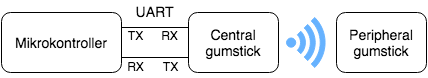
Before: figures/traadloes_komm.png, a diagram exported from draw.io (mariakroustrup/ST4). Source tidied: cells renumbered, new cells last; positions are measured from the earlier drawing's top-left corner, leaving out a move shared by most shapes. Its diagram source:
```xml
<mxGraphModel background="#ffffff">
  <root>
    <mxCell id="0" />
    <mxCell id="1" parent="0" />
    <mxCell id="2" style="edgeStyle=orthogonalEdgeStyle;rounded=0;html=1;exitX=1;exitY=0.25;entryX=0;entryY=0.25;startSize=6;jettySize=auto;strokeColor=#000000;fontColor=#CCCCCC;endArrow=none;endFill=0;" parent="1" edge="1" source="4" target="5">
      <mxGeometry relative="1" as="geometry" />
    </mxCell>
    <mxCell id="3" style="edgeStyle=orthogonalEdgeStyle;rounded=0;html=1;exitX=1;exitY=0.75;entryX=0;entryY=0.75;startSize=6;endArrow=none;endFill=0;jettySize=auto;strokeColor=#000000;fontColor=#CCCCCC;" parent="1" edge="1" source="4" target="5">
      <mxGeometry relative="1" as="geometry" />
    </mxCell>
    <mxCell id="4" value="&lt;font color=&quot;#000000&quot; style=&quot;font-size: 14px&quot;&gt;Mikrokontroller&lt;/font&gt;" style="rounded=1;whiteSpace=wrap;html=1;strokeColor=#000000;strokeWidth=1;fillColor=#ffffff;gradientColor=#FFFFFF;fontColor=#CCCCCC;" parent="1" vertex="1">
      <mxGeometry y="11" width="120" height="60" as="geometry" />
    </mxCell>
    <mxCell id="5" value="&lt;font color=&quot;#000000&quot; style=&quot;font-size: 14px&quot;&gt;Central gumstick&lt;/font&gt;" style="rounded=1;whiteSpace=wrap;html=1;strokeColor=#000000;strokeWidth=1;fillColor=#ffffff;gradientColor=#FFFFFF;fontColor=#CCCCCC;" parent="1" vertex="1">
      <mxGeometry x="187" y="11" width="90" height="60" as="geometry" />
    </mxCell>
    <mxCell id="6" style="shadow=0;dashed=0;html=1;shape=mxgraph.mscae.enterprise.wireless_connection;fontColor=#CCCCCC;plain-blue;fillColor=#66B2FF;gradientColor=#66B2FF;strokeColor=#66B2FF;" parent="1" vertex="1">
      <mxGeometry x="285" y="16" width="42" height="50" as="geometry" />
    </mxCell>
    <mxCell id="7" value="&lt;font color=&quot;#000000&quot; style=&quot;font-size: 14px&quot;&gt;UART&lt;/font&gt;" style="text;html=1;strokeColor=none;fillColor=none;align=center;verticalAlign=middle;whiteSpace=wrap;overflow=hidden;fontColor=#CCCCCC;" parent="1" vertex="1">
      <mxGeometry x="122" width="60" height="20" as="geometry" />
    </mxCell>
    <mxCell id="8" value="&lt;font color=&quot;#000000&quot; style=&quot;font-size: 12px&quot;&gt;RX&lt;/font&gt;" style="text;html=1;strokeColor=none;fillColor=none;align=center;verticalAlign=middle;whiteSpace=wrap;overflow=hidden;fontColor=#CCCCCC;" parent="1" vertex="1">
      <mxGeometry x="148" y="24" width="40" height="20" as="geometry" />
    </mxCell>
    <mxCell id="9" value="&lt;font color=&quot;#000000&quot; style=&quot;font-size: 12px&quot;&gt;RX&lt;/font&gt;" style="text;html=1;strokeColor=none;fillColor=none;align=center;verticalAlign=middle;whiteSpace=wrap;overflow=hidden;fontColor=#CCCCCC;" parent="1" vertex="1">
      <mxGeometry x="114" y="55" width="40" height="20" as="geometry" />
    </mxCell>
    <mxCell id="10" value="&lt;font color=&quot;#000000&quot; style=&quot;font-size: 12px&quot;&gt;TX&lt;/font&gt;" style="text;html=1;strokeColor=none;fillColor=none;align=center;verticalAlign=middle;whiteSpace=wrap;overflow=hidden;fontColor=#CCCCCC;" parent="1" vertex="1">
      <mxGeometry x="113" y="24" width="40" height="20" as="geometry" />
    </mxCell>
    <mxCell id="11" value="&lt;font color=&quot;#000000&quot; style=&quot;font-size: 12px&quot;&gt;TX&lt;/font&gt;" style="text;html=1;strokeColor=none;fillColor=none;align=center;verticalAlign=middle;whiteSpace=wrap;overflow=hidden;fontColor=#CCCCCC;" parent="1" vertex="1">
      <mxGeometry x="148" y="55" width="40" height="20" as="geometry" />
    </mxCell>
    <mxCell id="12" value="&lt;font color=&quot;#000000&quot; style=&quot;font-size: 14px&quot;&gt;Peripheral gumstick&lt;/font&gt;" style="rounded=1;whiteSpace=wrap;html=1;strokeColor=#000000;strokeWidth=1;fillColor=#ffffff;gradientColor=#FFFFFF;fontColor=#CCCCCC;" parent="1" vertex="1">
      <mxGeometry x="335" y="11" width="90" height="60" as="geometry" />
    </mxCell>
  </root>
</mxGraphModel>
```
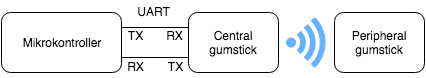
Above is the later version.

What changed in the source:
```diff
@@ -8,20 +8,20 @@
     <mxCell id="3" style="edgeStyle=orthogonalEdgeStyle;rounded=0;html=1;exitX=1;exitY=0.75;entryX=0;entryY=0.75;startSize=6;endArrow=none;endFill=0;jettySize=auto;strokeColor=#000000;fontColor=#CCCCCC;" parent="1" edge="1" source="4" target="5">
       <mxGeometry relative="1" as="geometry" />
     </mxCell>
-    <mxCell id="4" value="&lt;font color=&quot;#000000&quot; style=&quot;font-size: 14px&quot;&gt;Mikrokontroller&lt;/font&gt;" style="rounded=1;whiteSpace=wrap;html=1;strokeColor=#000000;strokeWidth=1;fillColor=#ffffff;gradientColor=#FFFFFF;fontColor=#CCCCCC;" parent="1" vertex="1">
+    <mxCell id="4" value="&lt;font color=&quot;#000000&quot; style=&quot;font-size: 12px&quot;&gt;Mikrokontroller&lt;/font&gt;" style="rounded=1;whiteSpace=wrap;html=1;strokeColor=#000000;strokeWidth=1;fillColor=#ffffff;gradientColor=#FFFFFF;fontColor=#CCCCCC;" parent="1" vertex="1">
       <mxGeometry y="11" width="120" height="60" as="geometry" />
     </mxCell>
-    <mxCell id="5" value="&lt;font color=&quot;#000000&quot; style=&quot;font-size: 14px&quot;&gt;Central gumstick&lt;/font&gt;" style="rounded=1;whiteSpace=wrap;html=1;strokeColor=#000000;strokeWidth=1;fillColor=#ffffff;gradientColor=#FFFFFF;fontColor=#CCCCCC;" parent="1" vertex="1">
+    <mxCell id="5" value="&lt;font color=&quot;#000000&quot; style=&quot;font-size: 12px&quot;&gt;Central gumstick&lt;/font&gt;" style="rounded=1;whiteSpace=wrap;html=1;strokeColor=#000000;strokeWidth=1;fillColor=#ffffff;gradientColor=#FFFFFF;fontColor=#CCCCCC;" parent="1" vertex="1">
       <mxGeometry x="187" y="11" width="90" height="60" as="geometry" />
     </mxCell>
     <mxCell id="6" style="shadow=0;dashed=0;html=1;shape=mxgraph.mscae.enterprise.wireless_connection;fontColor=#CCCCCC;plain-blue;fillColor=#66B2FF;gradientColor=#66B2FF;strokeColor=#66B2FF;" parent="1" vertex="1">
       <mxGeometry x="285" y="16" width="42" height="50" as="geometry" />
     </mxCell>
-    <mxCell id="7" value="&lt;font color=&quot;#000000&quot; style=&quot;font-size: 14px&quot;&gt;UART&lt;/font&gt;" style="text;html=1;strokeColor=none;fillColor=none;align=center;verticalAlign=middle;whiteSpace=wrap;overflow=hidden;fontColor=#CCCCCC;" parent="1" vertex="1">
+    <mxCell id="7" value="&lt;font color=&quot;#000000&quot; style=&quot;font-size: 12px&quot;&gt;UART&lt;/font&gt;" style="text;html=1;strokeColor=none;fillColor=none;align=center;verticalAlign=middle;whiteSpace=wrap;overflow=hidden;fontColor=#CCCCCC;" parent="1" vertex="1">
       <mxGeometry x="122" width="60" height="20" as="geometry" />
     </mxCell>
     <mxCell id="8" value="&lt;font color=&quot;#000000&quot; style=&quot;font-size: 12px&quot;&gt;RX&lt;/font&gt;" style="text;html=1;strokeColor=none;fillColor=none;align=center;verticalAlign=middle;whiteSpace=wrap;overflow=hidden;fontColor=#CCCCCC;" parent="1" vertex="1">
-      <mxGeometry x="148" y="24" width="40" height="20" as="geometry" />
+      <mxGeometry x="153" y="24" width="40" height="20" as="geometry" />
     </mxCell>
     <mxCell id="9" value="&lt;font color=&quot;#000000&quot; style=&quot;font-size: 12px&quot;&gt;RX&lt;/font&gt;" style="text;html=1;strokeColor=none;fillColor=none;align=center;verticalAlign=middle;whiteSpace=wrap;overflow=hidden;fontColor=#CCCCCC;" parent="1" vertex="1">
       <mxGeometry x="114" y="55" width="40" height="20" as="geometry" />
@@ -30,10 +30,10 @@
       <mxGeometry x="113" y="24" width="40" height="20" as="geometry" />
     </mxCell>
     <mxCell id="11" value="&lt;font color=&quot;#000000&quot; style=&quot;font-size: 12px&quot;&gt;TX&lt;/font&gt;" style="text;html=1;strokeColor=none;fillColor=none;align=center;verticalAlign=middle;whiteSpace=wrap;overflow=hidden;fontColor=#CCCCCC;" parent="1" vertex="1">
-      <mxGeometry x="148" y="55" width="40" height="20" as="geometry" />
+      <mxGeometry x="153" y="55" width="40" height="20" as="geometry" />
     </mxCell>
-    <mxCell id="12" value="&lt;font color=&quot;#000000&quot; style=&quot;font-size: 14px&quot;&gt;Peripheral gumstick&lt;/font&gt;" style="rounded=1;whiteSpace=wrap;html=1;strokeColor=#000000;strokeWidth=1;fillColor=#ffffff;gradientColor=#FFFFFF;fontColor=#CCCCCC;" parent="1" vertex="1">
-      <mxGeometry x="335" y="11" width="90" height="60" as="geometry" />
+    <mxCell id="12" value="&lt;font color=&quot;#000000&quot; style=&quot;font-size: 12px&quot;&gt;Peripheral gumstick&lt;/font&gt;" style="rounded=1;whiteSpace=wrap;html=1;strokeColor=#000000;strokeWidth=1;fillColor=#ffffff;gradientColor=#FFFFFF;fontColor=#CCCCCC;" parent="1" vertex="1">
+      <mxGeometry x="333" y="11" width="90" height="60" as="geometry" />
     </mxCell>
   </root>
 </mxGraphModel>
```
